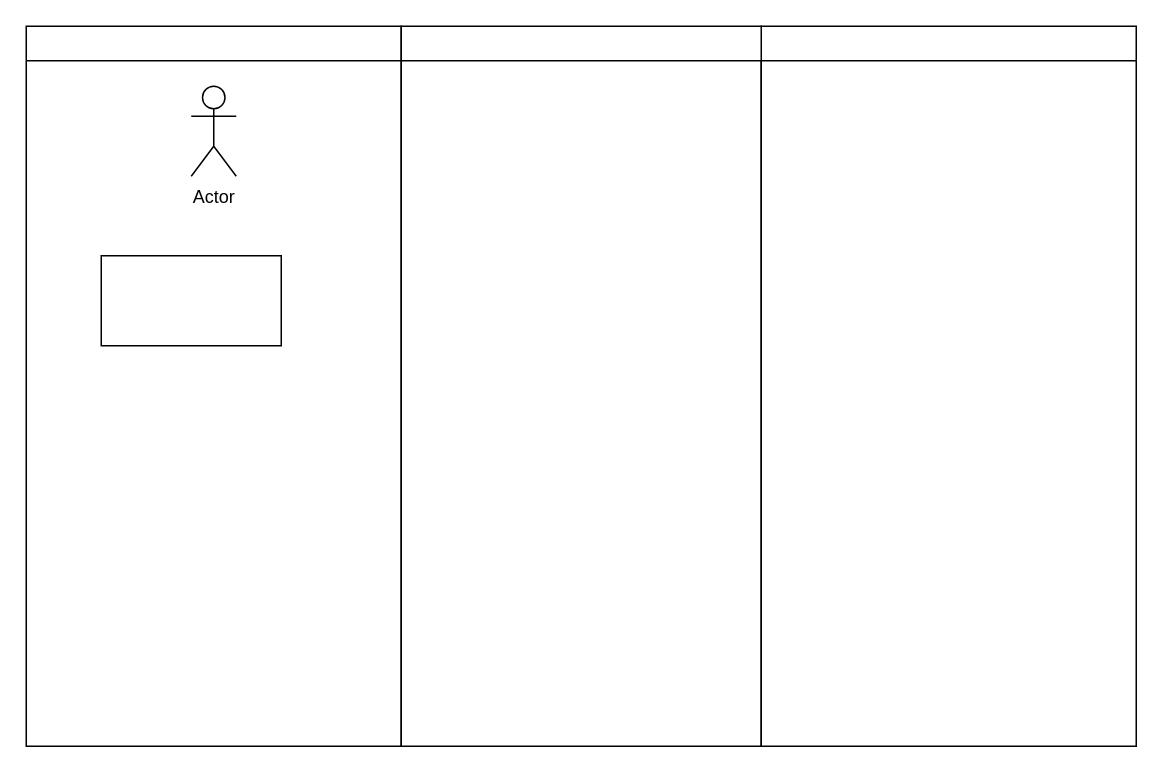
Above: Untitled Diagram.drawio in Anna1209z/UML1 (draw.io), before the change. Source tidied: cells renumbered, new cells numbered last; positions are measured from the earlier drawing's top-left corner, leaving out a move shared by most shapes. Both pictures are drawn from the tidied source at 150%, with x=0, y=0 at pixel (26, 26).
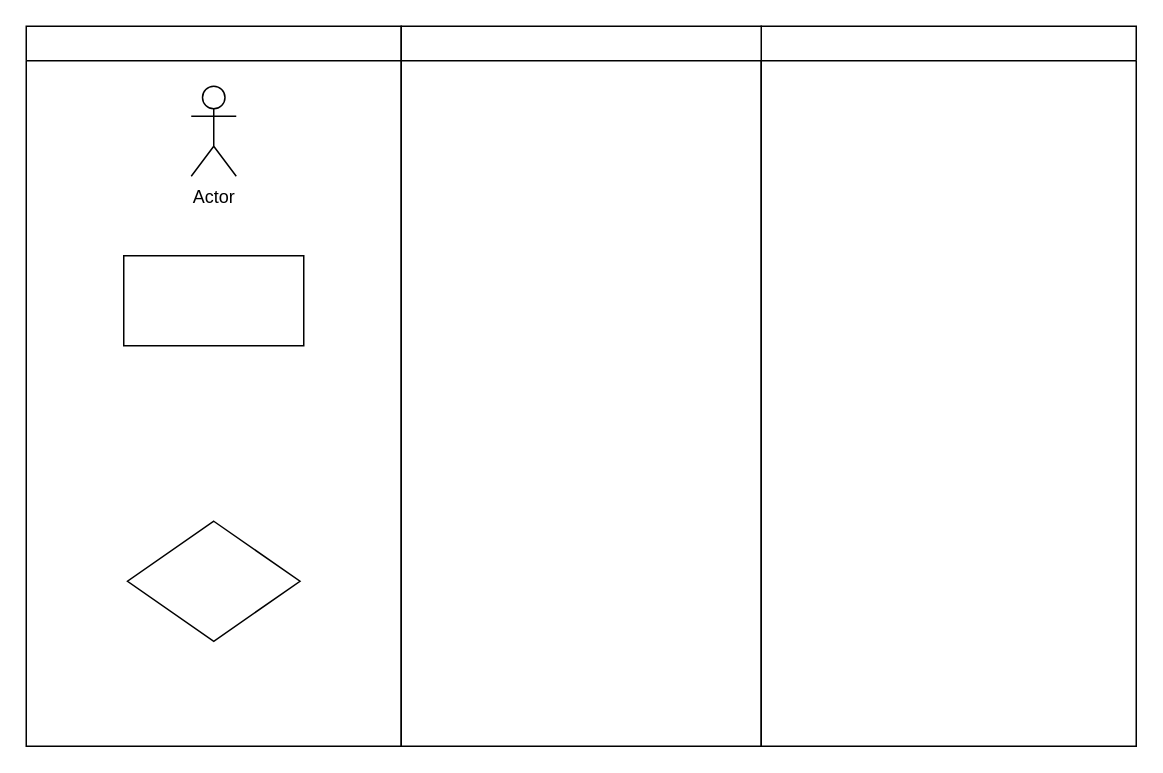
The same diagram, later.

Diff of the diagram source:
```diff
@@
 <mxGraphModel>
   <root>
     <mxCell id="0" />
     <mxCell id="1" parent="0" />
     <mxCell id="2" value="Actor" style="shape=umlActor;verticalLabelPosition=bottom;verticalAlign=top;html=1;" parent="1" vertex="1">
       <mxGeometry x="110" y="40" width="30" height="60" as="geometry" />
     </mxCell>
     <mxCell id="3" style="swimlane;" parent="1" vertex="1">
       <mxGeometry width="250" height="480" as="geometry" />
     </mxCell>
     <mxCell id="4" style="rounded=0;whiteSpace=wrap;html=1;" parent="3" vertex="1">
-      <mxGeometry x="50" y="153" width="120" height="60" as="geometry" />
+      <mxGeometry x="65" y="153" width="120" height="60" as="geometry" />
     </mxCell>
+    <mxCell id="7" style="rhombus;whiteSpace=wrap;html=1;" parent="3" vertex="1">
+      <mxGeometry x="67.5" y="330" width="115" height="80" as="geometry" />
+    </mxCell>
     <mxCell id="5" style="swimlane;" parent="1" vertex="1">
       <mxGeometry x="490" width="250" height="480" as="geometry" />
     </mxCell>
     <mxCell id="6" style="swimlane;" parent="1" vertex="1">
       <mxGeometry x="250" width="240" height="480" as="geometry" />
     </mxCell>
   </root>
 </mxGraphModel>
```
